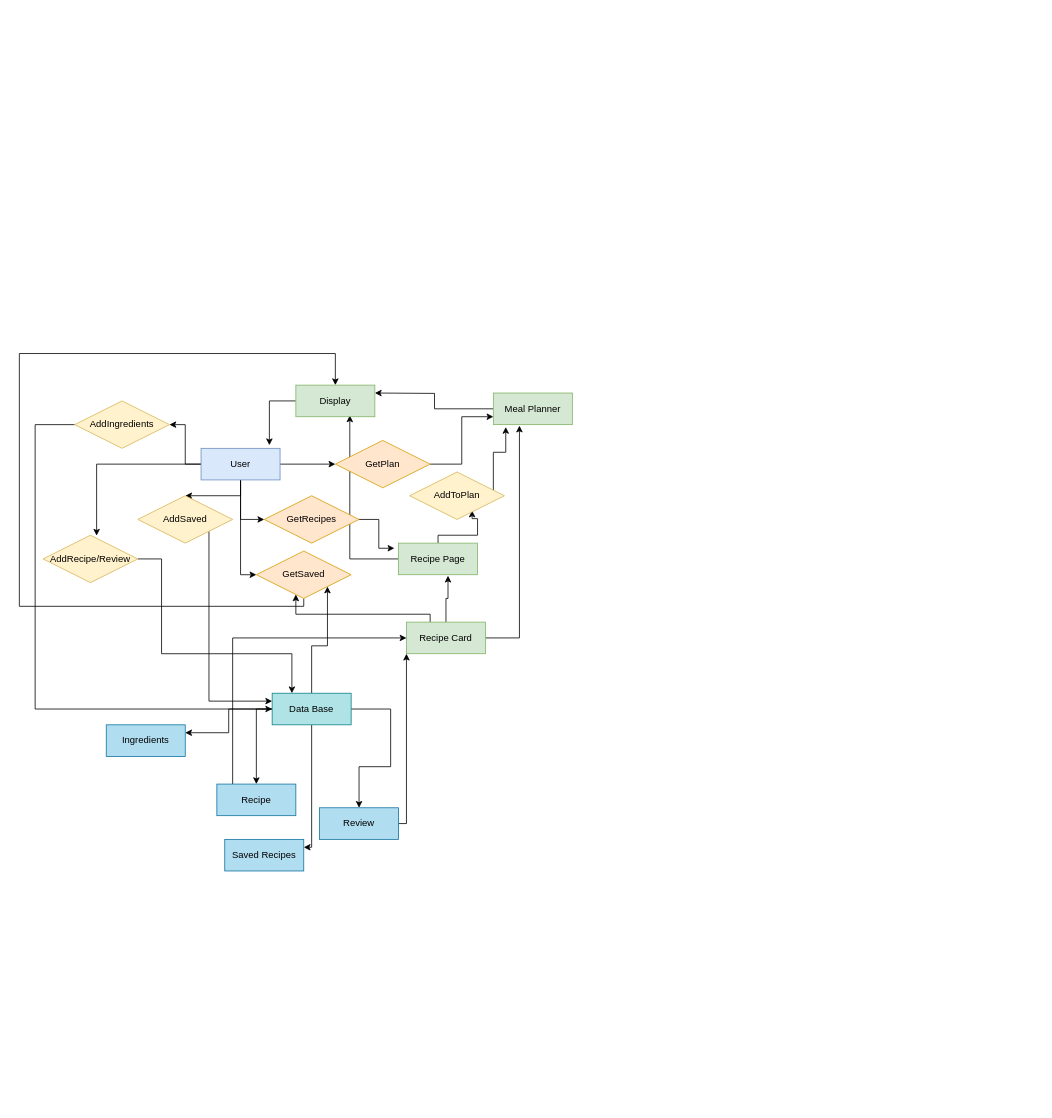
Before: docs/ER.drawio in DigitalDiners/PantryPro, a draw.io diagram. Source tidied: cells renumbered, new cells numbered last; positions are measured from the earlier drawing's top-left corner, leaving out a move shared by most shapes. Both pictures are drawn from the tidied source at 79%, with x=0, y=0 at pixel (19, 353).
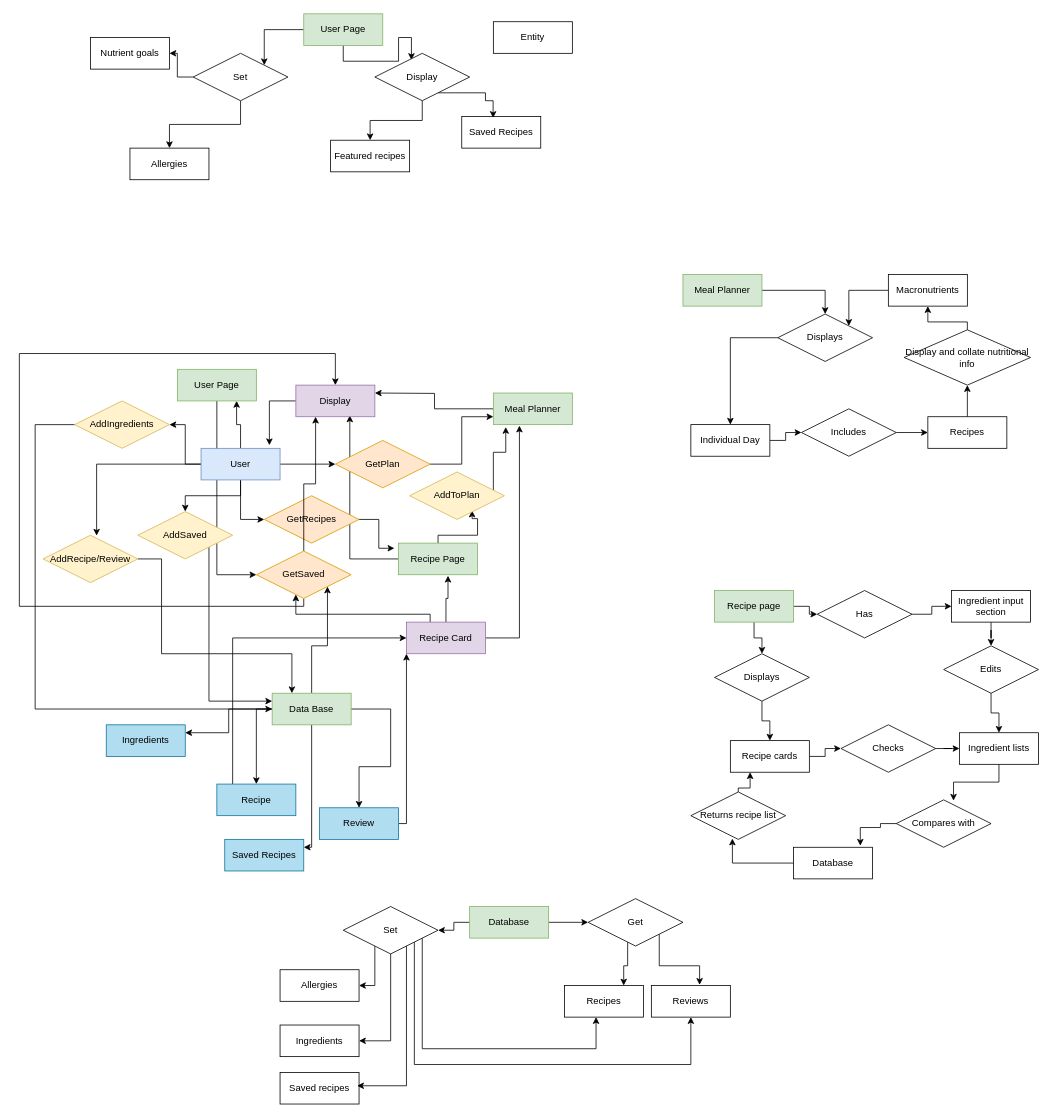
The same diagram, later.

Unchanged cells that the change refers to:
```xml
<mxCell id="8" value="User" style="whiteSpace=wrap;html=1;align=center;fillColor=#dae8fc;strokeColor=#6c8ebf;" parent="1" vertex="1">
  <mxGeometry x="230" y="120" width="100" height="40" as="geometry" />
</mxCell>
<mxCell id="33" value="GetSaved" style="shape=rhombus;perimeter=rhombusPerimeter;whiteSpace=wrap;html=1;align=center;fillColor=#ffe6cc;strokeColor=#d79b00;" parent="1" vertex="1">
  <mxGeometry x="300" y="250" width="120" height="60" as="geometry" />
</mxCell>
```

What changed in the source:
```diff
@@
-    <mxCell id="4" style="edgeStyle=orthogonalEdgeStyle;rounded=0;jettySize=auto;html=1;entryX=0;entryY=0.5;entryDx=0;entryDy=0;" parent="1" edge="1" source="8" target="33">
+    <mxCell id="4" style="edgeStyle=orthogonalEdgeStyle;rounded=0;jettySize=auto;html=1;entryX=0;entryY=0.5;entryDx=0;entryDy=0;" parent="1" edge="1" source="93" target="33">
       <mxGeometry relative="1" as="geometry" />
     </mxCell>
@@
+    <mxCell id="46" style="edgeStyle=orthogonalEdgeStyle;rounded=0;jettySize=auto;html=1;entryX=0.75;entryY=1;entryDx=0;entryDy=0;" parent="1" edge="1" source="8" target="93">
+      <mxGeometry relative="1" as="geometry" />
+    </mxCell>
@@
-    <mxCell id="17" value="Recipe Card" style="whiteSpace=wrap;html=1;align=center;fillColor=#d5e8d4;strokeColor=#82b366;" parent="1" vertex="1">
+    <mxCell id="17" value="Recipe Card" style="whiteSpace=wrap;html=1;align=center;fillColor=#e1d5e7;strokeColor=#9673a6;" parent="1" vertex="1">
       <mxGeometry x="490" y="340" width="100" height="40" as="geometry" />
     </mxCell>
@@
-    <mxCell id="23" value="Data Base" style="whiteSpace=wrap;html=1;align=center;fillColor=#b0e3e6;strokeColor=#0e8088;" parent="1" vertex="1">
+    <mxCell id="23" value="Data Base" style="whiteSpace=wrap;html=1;align=center;fillColor=#d5e8d4;strokeColor=#82b366;" parent="1" vertex="1">
       <mxGeometry x="320" y="430" width="100" height="40" as="geometry" />
     </mxCell>
@@
+    <mxCell id="47" style="edgeStyle=orthogonalEdgeStyle;rounded=0;jettySize=auto;html=1;entryX=0.25;entryY=1;entryDx=0;entryDy=0;" parent="1" edge="1" source="33" target="37">
+      <mxGeometry relative="1" as="geometry" />
+    </mxCell>
@@
-    <mxCell id="37" value="Display" style="whiteSpace=wrap;html=1;align=center;fillColor=#d5e8d4;strokeColor=#82b366;" parent="1" vertex="1">
+    <mxCell id="37" value="Display" style="whiteSpace=wrap;html=1;align=center;fillColor=#e1d5e7;strokeColor=#9673a6;" parent="1" vertex="1">
       <mxGeometry x="350" y="40" width="100" height="40" as="geometry" />
     </mxCell>
@@
     <mxCell id="41" value="AddSaved" style="shape=rhombus;perimeter=rhombusPerimeter;whiteSpace=wrap;html=1;align=center;fillColor=#fff2cc;strokeColor=#d6b656;" parent="1" vertex="1">
-      <mxGeometry x="150" y="180" width="120" height="60" as="geometry" />
+      <mxGeometry x="150" y="200" width="120" height="60" as="geometry" />
     </mxCell>
@@
+    <mxCell id="48" style="edgeStyle=orthogonalEdgeStyle;rounded=0;jettySize=auto;html=1;entryX=0.5;entryY=0;entryDx=0;entryDy=0;" parent="1" edge="1" source="49" target="55">
+      <mxGeometry relative="1" as="geometry" />
+    </mxCell>
+    <mxCell id="49" value="Meal Planner" style="whiteSpace=wrap;html=1;align=center;fillColor=#d5e8d4;strokeColor=#82b366;" parent="1" vertex="1">
+      <mxGeometry x="840" y="-100" width="100" height="40" as="geometry" />
+    </mxCell>
+    <mxCell id="50" style="edgeStyle=orthogonalEdgeStyle;rounded=0;jettySize=auto;html=1;entryX=0;entryY=0.5;entryDx=0;entryDy=0;" parent="1" edge="1" source="51" target="57">
+      <mxGeometry relative="1" as="geometry" />
+    </mxCell>
+    <mxCell id="51" value="Individual Day" style="whiteSpace=wrap;html=1;align=center;" parent="1" vertex="1">
+      <mxGeometry x="850" y="90" width="100" height="40" as="geometry" />
+    </mxCell>
+    <mxCell id="52" style="edgeStyle=orthogonalEdgeStyle;rounded=0;jettySize=auto;html=1;entryX=0.5;entryY=1;entryDx=0;entryDy=0;" parent="1" edge="1" source="53" target="61">
+      <mxGeometry relative="1" as="geometry" />
+    </mxCell>
+    <mxCell id="53" value="Recipes" style="whiteSpace=wrap;html=1;align=center;" parent="1" vertex="1">
+      <mxGeometry x="1150" y="80" width="100" height="40" as="geometry" />
+    </mxCell>
+    <mxCell id="54" style="edgeStyle=orthogonalEdgeStyle;rounded=0;jettySize=auto;html=1;" parent="1" edge="1" source="55" target="51">
+      <mxGeometry relative="1" as="geometry" />
+    </mxCell>
+    <mxCell id="55" value="Displays" style="shape=rhombus;perimeter=rhombusPerimeter;whiteSpace=wrap;html=1;align=center;" parent="1" vertex="1">
+      <mxGeometry x="960" y="-50" width="120" height="60" as="geometry" />
+    </mxCell>
+    <mxCell id="56" style="edgeStyle=orthogonalEdgeStyle;rounded=0;jettySize=auto;html=1;" parent="1" edge="1" source="57" target="53">
+      <mxGeometry relative="1" as="geometry" />
+    </mxCell>
+    <mxCell id="57" value="Includes" style="shape=rhombus;perimeter=rhombusPerimeter;whiteSpace=wrap;html=1;align=center;" parent="1" vertex="1">
+      <mxGeometry x="990" y="70" width="120" height="60" as="geometry" />
+    </mxCell>
+    <mxCell id="58" style="edgeStyle=orthogonalEdgeStyle;rounded=0;jettySize=auto;html=1;entryX=1;entryY=0;entryDx=0;entryDy=0;" parent="1" edge="1" source="59" target="55">
+      <mxGeometry relative="1" as="geometry" />
+    </mxCell>
+    <mxCell id="59" value="Macronutrients" style="whiteSpace=wrap;html=1;align=center;" parent="1" vertex="1">
+      <mxGeometry x="1100" y="-100" width="100" height="40" as="geometry" />
+    </mxCell>
+    <mxCell id="60" style="edgeStyle=orthogonalEdgeStyle;rounded=0;jettySize=auto;html=1;" parent="1" edge="1" source="61" target="59">
+      <mxGeometry relative="1" as="geometry">
+        <Array as="points">
+          <mxPoint x="1200" y="-40" />
+          <mxPoint x="1150" y="-40" />
+        </Array>
+      </mxGeometry>
+    </mxCell>
+    <mxCell id="61" value="Display and collate nutritional info" style="shape=rhombus;perimeter=rhombusPerimeter;whiteSpace=wrap;html=1;align=center;" parent="1" vertex="1">
+      <mxGeometry x="1120" y="-30" width="160" height="70" as="geometry" />
+    </mxCell>
+    <mxCell id="62" style="edgeStyle=orthogonalEdgeStyle;rounded=0;jettySize=auto;html=1;entryX=0.5;entryY=0;entryDx=0;entryDy=0;" parent="1" edge="1" source="64" target="66">
+      <mxGeometry relative="1" as="geometry" />
+    </mxCell>
+    <mxCell id="63" style="edgeStyle=orthogonalEdgeStyle;rounded=0;jettySize=auto;html=1;entryX=0;entryY=0.5;entryDx=0;entryDy=0;" parent="1" edge="1" source="64" target="76">
+      <mxGeometry relative="1" as="geometry" />
+    </mxCell>
+    <mxCell id="64" value="Recipe page" style="whiteSpace=wrap;html=1;align=center;fillColor=#d5e8d4;strokeColor=#82b366;" parent="1" vertex="1">
+      <mxGeometry x="880" y="300" width="100" height="40" as="geometry" />
+    </mxCell>
+    <mxCell id="65" style="edgeStyle=orthogonalEdgeStyle;rounded=0;jettySize=auto;html=1;entryX=0.5;entryY=0;entryDx=0;entryDy=0;" parent="1" edge="1" source="66" target="68">
+      <mxGeometry relative="1" as="geometry" />
+    </mxCell>
+    <mxCell id="66" value="Displays" style="shape=rhombus;perimeter=rhombusPerimeter;whiteSpace=wrap;html=1;align=center;" parent="1" vertex="1">
+      <mxGeometry x="880" y="380" width="120" height="60" as="geometry" />
+    </mxCell>
+    <mxCell id="67" style="edgeStyle=orthogonalEdgeStyle;rounded=0;jettySize=auto;html=1;entryX=0;entryY=0.5;entryDx=0;entryDy=0;" parent="1" edge="1" source="68" target="72">
+      <mxGeometry relative="1" as="geometry" />
+    </mxCell>
+    <mxCell id="68" value="Recipe cards" style="whiteSpace=wrap;html=1;align=center;" parent="1" vertex="1">
+      <mxGeometry x="900" y="490" width="100" height="40" as="geometry" />
+    </mxCell>
+    <mxCell id="69" style="edgeStyle=orthogonalEdgeStyle;rounded=0;jettySize=auto;html=1;entryX=0.604;entryY=0.017;entryDx=0;entryDy=0;entryPerimeter=0;" parent="1" edge="1" source="70" target="82">
+      <mxGeometry relative="1" as="geometry" />
+    </mxCell>
+    <mxCell id="70" value="Ingredient lists" style="whiteSpace=wrap;html=1;align=center;" parent="1" vertex="1">
+      <mxGeometry x="1190" y="480" width="100" height="40" as="geometry" />
+    </mxCell>
+    <mxCell id="71" style="edgeStyle=orthogonalEdgeStyle;rounded=0;jettySize=auto;html=1;entryX=0;entryY=0.5;entryDx=0;entryDy=0;" parent="1" edge="1" source="72" target="70">
+      <mxGeometry relative="1" as="geometry" />
+    </mxCell>
+    <mxCell id="72" value="Checks" style="shape=rhombus;perimeter=rhombusPerimeter;whiteSpace=wrap;html=1;align=center;" parent="1" vertex="1">
+      <mxGeometry x="1040" y="470" width="120" height="60" as="geometry" />
+    </mxCell>
+    <mxCell id="73" style="edgeStyle=orthogonalEdgeStyle;rounded=0;jettySize=auto;html=1;entryX=0.5;entryY=0;entryDx=0;entryDy=0;" parent="1" edge="1" source="74" target="78">
+      <mxGeometry relative="1" as="geometry" />
+    </mxCell>
+    <mxCell id="74" value="Ingredient input section" style="whiteSpace=wrap;html=1;align=center;" parent="1" vertex="1">
+      <mxGeometry x="1180" y="300" width="100" height="40" as="geometry" />
+    </mxCell>
+    <mxCell id="75" style="edgeStyle=orthogonalEdgeStyle;rounded=0;jettySize=auto;html=1;" parent="1" edge="1" source="76" target="74">
+      <mxGeometry relative="1" as="geometry" />
+    </mxCell>
+    <mxCell id="76" value="Has" style="shape=rhombus;perimeter=rhombusPerimeter;whiteSpace=wrap;html=1;align=center;" parent="1" vertex="1">
+      <mxGeometry x="1010" y="300" width="120" height="60" as="geometry" />
+    </mxCell>
+    <mxCell id="77" style="edgeStyle=orthogonalEdgeStyle;rounded=0;jettySize=auto;html=1;" parent="1" edge="1" source="78" target="70">
+      <mxGeometry relative="1" as="geometry" />
+    </mxCell>
+    <mxCell id="78" value="Edits" style="shape=rhombus;perimeter=rhombusPerimeter;whiteSpace=wrap;html=1;align=center;" parent="1" vertex="1">
+      <mxGeometry x="1170" y="370" width="120" height="60" as="geometry" />
+    </mxCell>
+    <mxCell id="79" style="edgeStyle=orthogonalEdgeStyle;rounded=0;jettySize=auto;html=1;entryX=0.438;entryY=0.983;entryDx=0;entryDy=0;entryPerimeter=0;" parent="1" edge="1" source="80" target="84">
+      <mxGeometry relative="1" as="geometry" />
+    </mxCell>
+    <mxCell id="80" value="Database" style="whiteSpace=wrap;html=1;align=center;" parent="1" vertex="1">
+      <mxGeometry x="980" y="625" width="100" height="40" as="geometry" />
+    </mxCell>
+    <mxCell id="81" style="edgeStyle=orthogonalEdgeStyle;rounded=0;jettySize=auto;html=1;entryX=0.845;entryY=-0.05;entryDx=0;entryDy=0;entryPerimeter=0;" parent="1" edge="1" source="82" target="80">
+      <mxGeometry relative="1" as="geometry">
+        <Array as="points">
+          <mxPoint x="1090" y="595" />
+          <mxPoint x="1090" y="600" />
+          <mxPoint x="1065" y="600" />
+        </Array>
+      </mxGeometry>
+    </mxCell>
+    <mxCell id="82" value="Compares with" style="shape=rhombus;perimeter=rhombusPerimeter;whiteSpace=wrap;html=1;align=center;" parent="1" vertex="1">
+      <mxGeometry x="1110" y="565" width="120" height="60" as="geometry" />
+    </mxCell>
+    <mxCell id="83" style="edgeStyle=orthogonalEdgeStyle;rounded=0;jettySize=auto;html=1;entryX=0.25;entryY=1;entryDx=0;entryDy=0;" parent="1" edge="1" source="84" target="68">
+      <mxGeometry relative="1" as="geometry">
+        <Array as="points">
+          <mxPoint x="910" y="550" />
+          <mxPoint x="925" y="550" />
+        </Array>
+      </mxGeometry>
+    </mxCell>
+    <mxCell id="84" value="Returns recipe list" style="shape=rhombus;perimeter=rhombusPerimeter;whiteSpace=wrap;html=1;align=center;" parent="1" vertex="1">
+      <mxGeometry x="850" y="555" width="120" height="60" as="geometry" />
+    </mxCell>
+    <mxCell id="85" style="edgeStyle=orthogonalEdgeStyle;rounded=0;jettySize=auto;html=1;entryX=0;entryY=0.5;entryDx=0;entryDy=0;" parent="1" edge="1" source="87" target="96">
+      <mxGeometry relative="1" as="geometry" />
+    </mxCell>
+    <mxCell id="86" style="edgeStyle=orthogonalEdgeStyle;rounded=0;jettySize=auto;html=1;entryX=1;entryY=0.5;entryDx=0;entryDy=0;" parent="1" edge="1" source="87" target="102">
+      <mxGeometry relative="1" as="geometry" />
+    </mxCell>
+    <mxCell id="87" value="Database" style="whiteSpace=wrap;html=1;align=center;fillColor=#d5e8d4;strokeColor=#82b366;" parent="1" vertex="1">
+      <mxGeometry x="570" y="700" width="100" height="40" as="geometry" />
+    </mxCell>
+    <mxCell id="88" value="Ingredients" style="whiteSpace=wrap;html=1;align=center;" parent="1" vertex="1">
+      <mxGeometry x="330" y="850" width="100" height="40" as="geometry" />
+    </mxCell>
+    <mxCell id="89" value="Recipes" style="whiteSpace=wrap;html=1;align=center;" parent="1" vertex="1">
+      <mxGeometry x="690" y="800" width="100" height="40" as="geometry" />
+    </mxCell>
+    <mxCell id="90" value="Reviews" style="whiteSpace=wrap;html=1;align=center;" parent="1" vertex="1">
+      <mxGeometry x="800" y="800" width="100" height="40" as="geometry" />
+    </mxCell>
+    <mxCell id="91" value="Saved recipes" style="whiteSpace=wrap;html=1;align=center;" parent="1" vertex="1">
+      <mxGeometry x="330" y="910" width="100" height="40" as="geometry" />
+    </mxCell>
+    <mxCell id="92" value="Allergies" style="whiteSpace=wrap;html=1;align=center;" parent="1" vertex="1">
+      <mxGeometry x="330" y="780" width="100" height="40" as="geometry" />
+    </mxCell>
+    <mxCell id="93" value="User Page" style="whiteSpace=wrap;html=1;align=center;fillColor=#d5e8d4;strokeColor=#82b366;" parent="1" vertex="1">
+      <mxGeometry x="200" y="20" width="100" height="40" as="geometry" />
+    </mxCell>
+    <mxCell id="94" style="edgeStyle=orthogonalEdgeStyle;rounded=0;jettySize=auto;html=1;entryX=0.75;entryY=0;entryDx=0;entryDy=0;" parent="1" edge="1" source="96" target="89">
+      <mxGeometry relative="1" as="geometry">
+        <Array as="points">
+          <mxPoint x="770" y="775" />
+          <mxPoint x="765" y="775" />
+        </Array>
+      </mxGeometry>
+    </mxCell>
+    <mxCell id="95" style="edgeStyle=orthogonalEdgeStyle;rounded=0;jettySize=auto;html=1;entryX=0.611;entryY=-0.022;entryDx=0;entryDy=0;entryPerimeter=0;" parent="1" edge="1" source="96" target="90">
+      <mxGeometry relative="1" as="geometry">
+        <Array as="points">
+          <mxPoint x="810" y="775" />
+          <mxPoint x="861" y="775" />
+        </Array>
+      </mxGeometry>
+    </mxCell>
+    <mxCell id="96" value="Get" style="shape=rhombus;perimeter=rhombusPerimeter;whiteSpace=wrap;html=1;align=center;" parent="1" vertex="1">
+      <mxGeometry x="720" y="690" width="120" height="60" as="geometry" />
+    </mxCell>
+    <mxCell id="97" style="edgeStyle=orthogonalEdgeStyle;rounded=0;jettySize=auto;html=1;entryX=0.976;entryY=0.422;entryDx=0;entryDy=0;entryPerimeter=0;" parent="1" edge="1" source="102" target="91">
+      <mxGeometry relative="1" as="geometry">
+        <Array as="points">
+          <mxPoint x="490" y="927" />
+        </Array>
+      </mxGeometry>
+    </mxCell>
+    <mxCell id="98" style="edgeStyle=orthogonalEdgeStyle;rounded=0;jettySize=auto;html=1;entryX=1;entryY=0.5;entryDx=0;entryDy=0;" parent="1" edge="1" source="102" target="88">
+      <mxGeometry relative="1" as="geometry" />
+    </mxCell>
+    <mxCell id="99" style="edgeStyle=orthogonalEdgeStyle;rounded=0;jettySize=auto;html=1;entryX=1;entryY=0.5;entryDx=0;entryDy=0;" parent="1" edge="1" source="102" target="92">
+      <mxGeometry relative="1" as="geometry">
+        <Array as="points">
+          <mxPoint x="450" y="800" />
+        </Array>
+      </mxGeometry>
+    </mxCell>
+    <mxCell id="100" style="edgeStyle=orthogonalEdgeStyle;rounded=0;jettySize=auto;html=1;" parent="1" edge="1" source="102">
+      <mxGeometry relative="1" as="geometry">
+        <mxPoint x="730" y="840" as="targetPoint" />
+        <Array as="points">
+          <mxPoint x="510" y="880" />
+          <mxPoint x="730" y="880" />
+        </Array>
+      </mxGeometry>
+    </mxCell>
+    <mxCell id="101" style="edgeStyle=orthogonalEdgeStyle;rounded=0;jettySize=auto;html=1;entryX=0.5;entryY=1;entryDx=0;entryDy=0;" parent="1" edge="1" source="102" target="90">
+      <mxGeometry relative="1" as="geometry">
+        <Array as="points">
+          <mxPoint x="500" y="900" />
+          <mxPoint x="850" y="900" />
+        </Array>
+      </mxGeometry>
+    </mxCell>
+    <mxCell id="102" value="Set" style="shape=rhombus;perimeter=rhombusPerimeter;whiteSpace=wrap;html=1;align=center;" parent="1" vertex="1">
+      <mxGeometry x="410" y="700" width="120" height="60" as="geometry" />
+    </mxCell>
+    <mxCell id="103" style="edgeStyle=orthogonalEdgeStyle;rounded=0;jettySize=auto;html=1;entryX=1;entryY=0;entryDx=0;entryDy=0;" parent="1" edge="1" source="105" target="113">
+      <mxGeometry relative="1" as="geometry" />
+    </mxCell>
+    <mxCell id="104" style="edgeStyle=orthogonalEdgeStyle;rounded=0;jettySize=auto;html=1;entryX=0.386;entryY=0.141;entryDx=0;entryDy=0;entryPerimeter=0;" parent="1" edge="1" source="105" target="116">
+      <mxGeometry relative="1" as="geometry" />
+    </mxCell>
+    <mxCell id="105" value="User Page" style="whiteSpace=wrap;html=1;align=center;fillColor=#d5e8d4;strokeColor=#82b366;" parent="1" vertex="1">
+      <mxGeometry x="360" y="-430" width="100" height="40" as="geometry" />
+    </mxCell>
+    <mxCell id="106" value="Featured recipes" style="whiteSpace=wrap;html=1;align=center;" parent="1" vertex="1">
+      <mxGeometry x="394" y="-270" width="100" height="40" as="geometry" />
+    </mxCell>
+    <mxCell id="107" value="Saved Recipes" style="whiteSpace=wrap;html=1;align=center;" parent="1" vertex="1">
+      <mxGeometry x="560" y="-300" width="100" height="40" as="geometry" />
+    </mxCell>
+    <mxCell id="108" value="Allergies" style="whiteSpace=wrap;html=1;align=center;" parent="1" vertex="1">
+      <mxGeometry x="140" y="-260" width="100" height="40" as="geometry" />
+    </mxCell>
+    <mxCell id="109" value="Nutrient goals" style="whiteSpace=wrap;html=1;align=center;" parent="1" vertex="1">
+      <mxGeometry x="90" y="-400" width="100" height="40" as="geometry" />
+    </mxCell>
+    <mxCell id="110" value="Entity" style="whiteSpace=wrap;html=1;align=center;" parent="1" vertex="1">
+      <mxGeometry x="600" y="-420" width="100" height="40" as="geometry" />
+    </mxCell>
+    <mxCell id="111" style="edgeStyle=orthogonalEdgeStyle;rounded=0;jettySize=auto;html=1;" parent="1" edge="1" source="113" target="109">
+      <mxGeometry relative="1" as="geometry" />
+    </mxCell>
+    <mxCell id="112" style="edgeStyle=orthogonalEdgeStyle;rounded=0;jettySize=auto;html=1;" parent="1" edge="1" source="113" target="108">
+      <mxGeometry relative="1" as="geometry" />
+    </mxCell>
+    <mxCell id="113" value="Set" style="shape=rhombus;perimeter=rhombusPerimeter;whiteSpace=wrap;html=1;align=center;" parent="1" vertex="1">
+      <mxGeometry x="220" y="-380" width="120" height="60" as="geometry" />
+    </mxCell>
+    <mxCell id="114" style="edgeStyle=orthogonalEdgeStyle;rounded=0;jettySize=auto;html=1;" parent="1" edge="1" source="116" target="106">
+      <mxGeometry relative="1" as="geometry" />
+    </mxCell>
+    <mxCell id="115" style="edgeStyle=orthogonalEdgeStyle;rounded=0;jettySize=auto;html=1;entryX=0.397;entryY=0.044;entryDx=0;entryDy=0;entryPerimeter=0;" parent="1" edge="1" source="116" target="107">
+      <mxGeometry relative="1" as="geometry">
+        <Array as="points">
+          <mxPoint x="590" y="-330" />
+          <mxPoint x="590" y="-320" />
+          <mxPoint x="600" y="-320" />
+        </Array>
+      </mxGeometry>
+    </mxCell>
+    <mxCell id="116" value="Display" style="shape=rhombus;perimeter=rhombusPerimeter;whiteSpace=wrap;html=1;align=center;" parent="1" vertex="1">
+      <mxGeometry x="450" y="-380" width="120" height="60" as="geometry" />
+    </mxCell>
```
